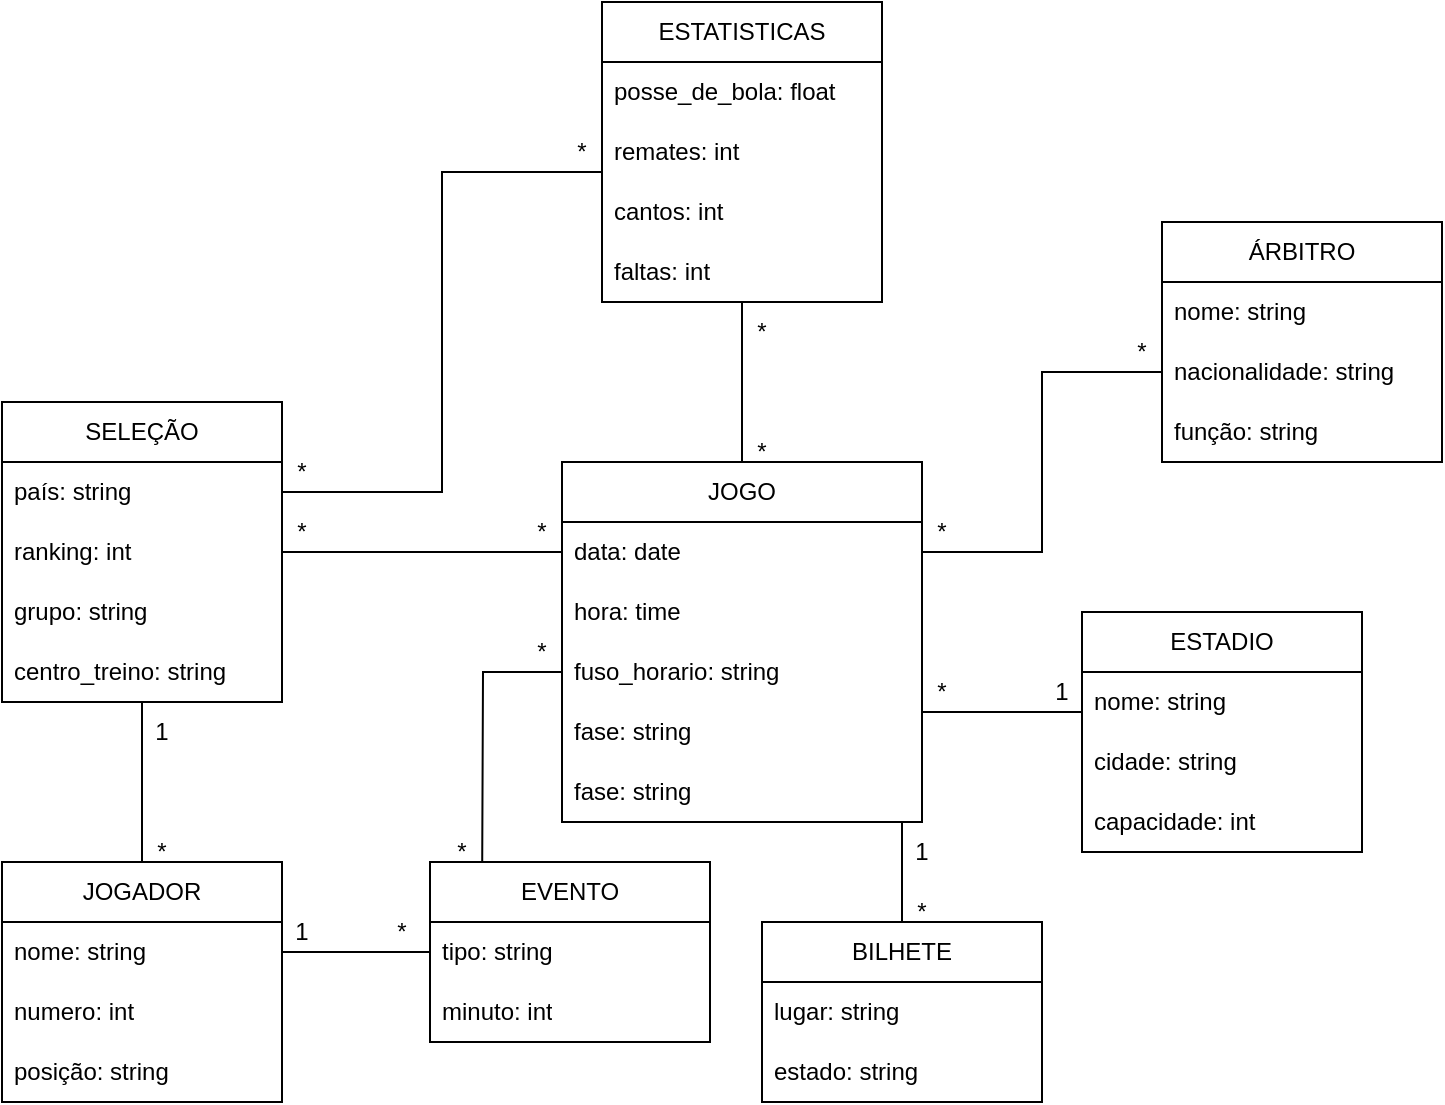
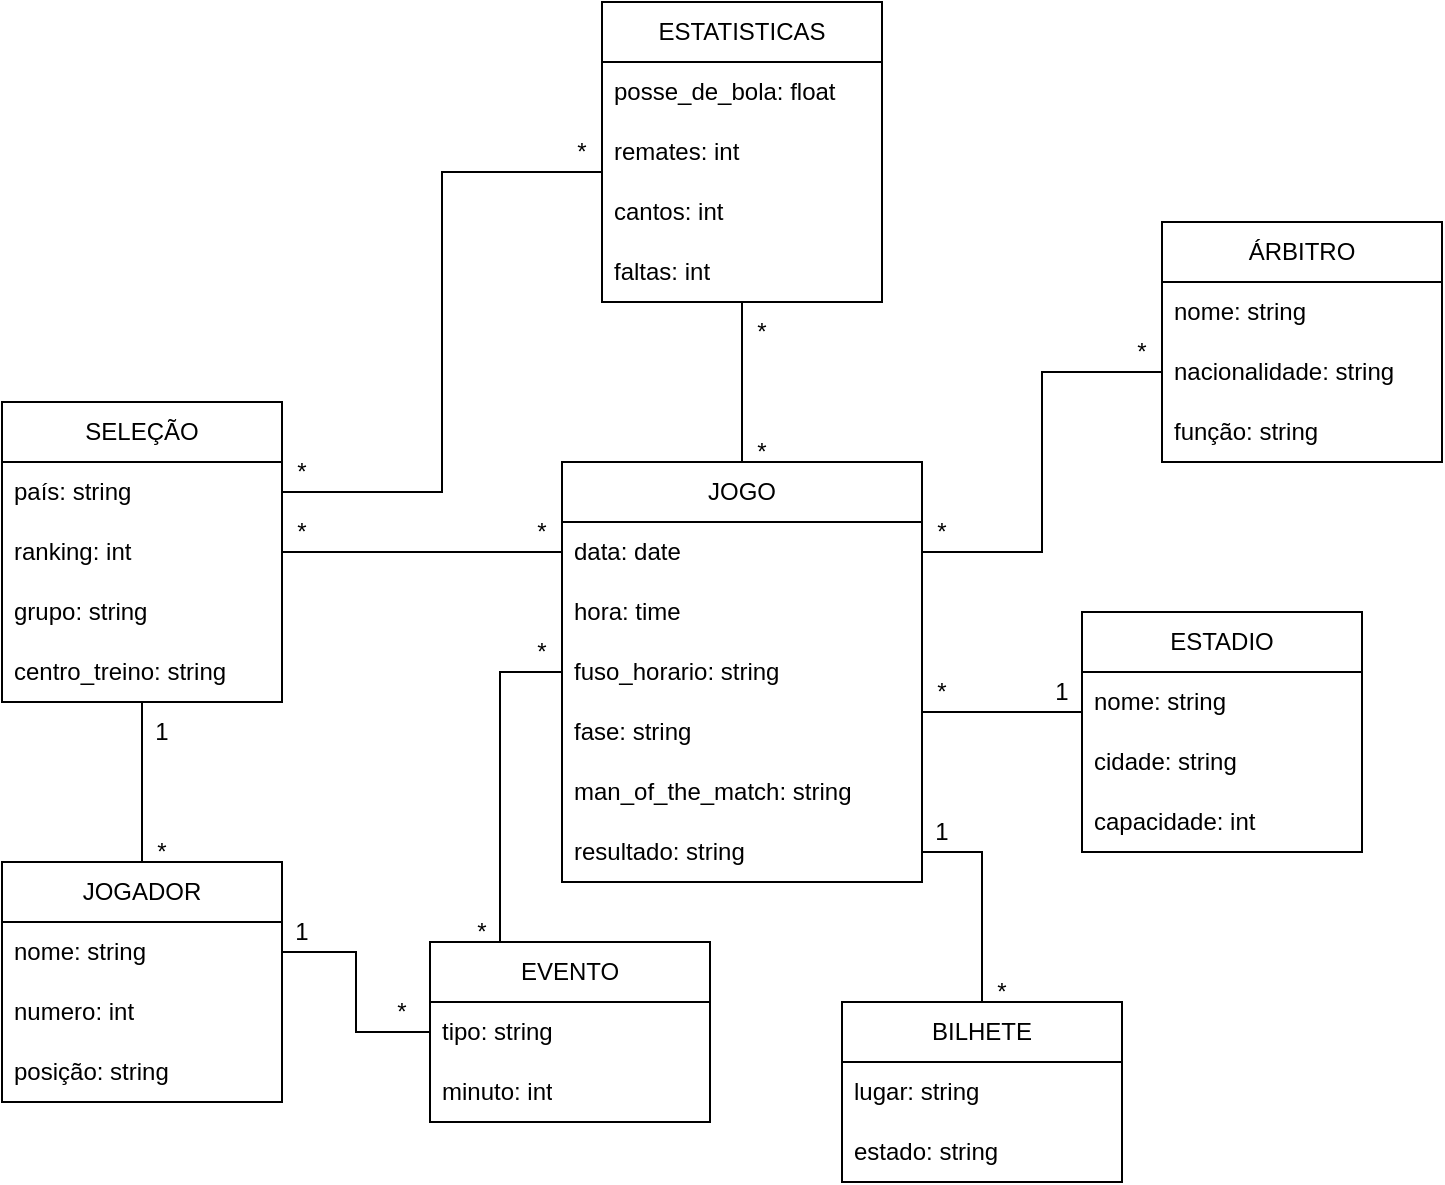
<mxfile host="app.diagrams.net">
  <diagram name="Página-1" id="ozBQotj8Y_7p-ZT_WO5s">
    <mxGraphModel dx="988" dy="619" grid="1" gridSize="10" guides="1" tooltips="1" connect="1" arrows="1" fold="1" page="1" pageScale="1" pageWidth="827" pageHeight="1169" math="0" shadow="0">
      <root>
        <mxCell id="0" />
        <mxCell id="1" parent="0" />
-         <mxCell id="yxhfCBItAHBspipDqdAE-13" edge="1" parent="1" source="yxhfCBItAHBspipDqdAE-5" style="edgeStyle=orthogonalEdgeStyle;rounded=0;orthogonalLoop=1;jettySize=auto;html=1;endArrow=none;endFill=0;exitX=0;exitY=0.5;exitDx=0;exitDy=0;" value="">
+         <mxCell id="yxhfCBItAHBspipDqdAE-13" edge="1" parent="1" source="yxhfCBItAHBspipDqdAE-5" style="edgeStyle=orthogonalEdgeStyle;rounded=0;orthogonalLoop=1;jettySize=auto;html=1;endArrow=none;endFill=0;exitX=0;exitY=0.5;exitDx=0;exitDy=0;entryX=0.25;entryY=0;entryDx=0;entryDy=0;" target="yxhfCBItAHBspipDqdAE-35" value="">
          <mxGeometry relative="1" as="geometry">
            <mxPoint x="360" y="340" as="sourcePoint" />
            <mxPoint x="300" y="465" as="targetPoint" />
          </mxGeometry>
        </mxCell>
        <mxCell id="yxhfCBItAHBspipDqdAE-57" edge="1" parent="1" source="yxhfCBItAHBspipDqdAE-2" style="rounded=0;orthogonalLoop=1;jettySize=auto;html=1;endArrow=none;endFill=0;" value="">
          <mxGeometry relative="1" as="geometry">
            <mxPoint x="430" y="160" as="targetPoint" />
          </mxGeometry>
        </mxCell>
        <mxCell id="yxhfCBItAHBspipDqdAE-2" parent="1" style="swimlane;fontStyle=0;childLayout=stackLayout;horizontal=1;startSize=30;horizontalStack=0;resizeParent=1;resizeParentMax=0;resizeLast=0;collapsible=1;marginBottom=0;whiteSpace=wrap;html=1;" value="JOGO" vertex="1">
-           <mxGeometry height="180" width="180" x="340" y="240" as="geometry">
+           <mxGeometry height="210" width="180" x="340" y="240" as="geometry">
            <mxRectangle height="30" width="70" x="340" y="260" as="alternateBounds" />
          </mxGeometry>
        </mxCell>
        <mxCell id="yxhfCBItAHBspipDqdAE-3" parent="yxhfCBItAHBspipDqdAE-2" style="text;strokeColor=none;fillColor=none;align=left;verticalAlign=middle;spacingLeft=4;spacingRight=4;overflow=hidden;points=[[0,0.5],[1,0.5]];portConstraint=eastwest;rotatable=0;whiteSpace=wrap;html=1;" value="data: date" vertex="1">
          <mxGeometry height="30" width="180" y="30" as="geometry" />
        </mxCell>
        <mxCell id="yxhfCBItAHBspipDqdAE-4" parent="yxhfCBItAHBspipDqdAE-2" style="text;strokeColor=none;fillColor=none;align=left;verticalAlign=middle;spacingLeft=4;spacingRight=4;overflow=hidden;points=[[0,0.5],[1,0.5]];portConstraint=eastwest;rotatable=0;whiteSpace=wrap;html=1;" value="hora: time" vertex="1">
          <mxGeometry height="30" width="180" y="60" as="geometry" />
        </mxCell>
        <mxCell id="yxhfCBItAHBspipDqdAE-5" parent="yxhfCBItAHBspipDqdAE-2" style="text;strokeColor=none;fillColor=none;align=left;verticalAlign=middle;spacingLeft=4;spacingRight=4;overflow=hidden;points=[[0,0.5],[1,0.5]];portConstraint=eastwest;rotatable=0;whiteSpace=wrap;html=1;" value="fuso_horario: string" vertex="1">
          <mxGeometry height="30" width="180" y="90" as="geometry" />
        </mxCell>
        <mxCell id="yxhfCBItAHBspipDqdAE-7" parent="yxhfCBItAHBspipDqdAE-2" style="text;strokeColor=none;fillColor=none;align=left;verticalAlign=middle;spacingLeft=4;spacingRight=4;overflow=hidden;points=[[0,0.5],[1,0.5]];portConstraint=eastwest;rotatable=0;whiteSpace=wrap;html=1;" value="fase: string" vertex="1">
          <mxGeometry height="30" width="180" y="120" as="geometry" />
        </mxCell>
-         <mxCell id="yxhfCBItAHBspipDqdAE-74" parent="yxhfCBItAHBspipDqdAE-2" style="text;strokeColor=none;fillColor=none;align=left;verticalAlign=middle;spacingLeft=4;spacingRight=4;overflow=hidden;points=[[0,0.5],[1,0.5]];portConstraint=eastwest;rotatable=0;whiteSpace=wrap;html=1;" value="fase: string" vertex="1">
+         <mxCell id="yxhfCBItAHBspipDqdAE-74" parent="yxhfCBItAHBspipDqdAE-2" style="text;strokeColor=none;fillColor=none;align=left;verticalAlign=middle;spacingLeft=4;spacingRight=4;overflow=hidden;points=[[0,0.5],[1,0.5]];portConstraint=eastwest;rotatable=0;whiteSpace=wrap;html=1;" value="man_of_the_match: string" vertex="1">
          <mxGeometry height="30" width="180" y="150" as="geometry" />
+         </mxCell>
+         <mxCell id="eQFXZ0zZ46FFMu1ENiQI-1" parent="yxhfCBItAHBspipDqdAE-2" style="text;strokeColor=none;fillColor=none;align=left;verticalAlign=middle;spacingLeft=4;spacingRight=4;overflow=hidden;points=[[0,0.5],[1,0.5]];portConstraint=eastwest;rotatable=0;whiteSpace=wrap;html=1;" value="resultado: string" vertex="1">
+           <mxGeometry height="30" width="180" y="180" as="geometry" />
        </mxCell>
        <mxCell id="yxhfCBItAHBspipDqdAE-42" edge="1" parent="1" style="rounded=0;orthogonalLoop=1;jettySize=auto;html=1;endArrow=none;endFill=0;entryX=1;entryY=0.5;entryDx=0;entryDy=0;" value="">
          <mxGeometry relative="1" as="geometry">
            <mxPoint x="600" y="365" as="sourcePoint" />
            <mxPoint x="520" y="365" as="targetPoint" />
          </mxGeometry>
        </mxCell>
        <mxCell id="yxhfCBItAHBspipDqdAE-8" parent="1" style="swimlane;fontStyle=0;childLayout=stackLayout;horizontal=1;startSize=30;horizontalStack=0;resizeParent=1;resizeParentMax=0;resizeLast=0;collapsible=1;marginBottom=0;whiteSpace=wrap;html=1;" value="ESTADIO" vertex="1">
          <mxGeometry height="120" width="140" x="600" y="315" as="geometry" />
        </mxCell>
        <mxCell id="yxhfCBItAHBspipDqdAE-9" parent="yxhfCBItAHBspipDqdAE-8" style="text;strokeColor=none;fillColor=none;align=left;verticalAlign=middle;spacingLeft=4;spacingRight=4;overflow=hidden;points=[[0,0.5],[1,0.5]];portConstraint=eastwest;rotatable=0;whiteSpace=wrap;html=1;" value="nome: string" vertex="1">
          <mxGeometry height="30" width="140" y="30" as="geometry" />
        </mxCell>
        <mxCell id="yxhfCBItAHBspipDqdAE-10" parent="yxhfCBItAHBspipDqdAE-8" style="text;strokeColor=none;fillColor=none;align=left;verticalAlign=middle;spacingLeft=4;spacingRight=4;overflow=hidden;points=[[0,0.5],[1,0.5]];portConstraint=eastwest;rotatable=0;whiteSpace=wrap;html=1;" value="cidade: string" vertex="1">
          <mxGeometry height="30" width="140" y="60" as="geometry" />
        </mxCell>
        <mxCell id="yxhfCBItAHBspipDqdAE-11" parent="yxhfCBItAHBspipDqdAE-8" style="text;strokeColor=none;fillColor=none;align=left;verticalAlign=middle;spacingLeft=4;spacingRight=4;overflow=hidden;points=[[0,0.5],[1,0.5]];portConstraint=eastwest;rotatable=0;whiteSpace=wrap;html=1;" value="capacidade: int" vertex="1">
          <mxGeometry height="30" width="140" y="90" as="geometry" />
        </mxCell>
        <mxCell id="yxhfCBItAHBspipDqdAE-15" parent="1" style="text;html=1;whiteSpace=wrap;strokeColor=none;fillColor=none;align=center;verticalAlign=middle;rounded=0;" value="*" vertex="1">
          <mxGeometry height="30" width="60" x="300" y="320" as="geometry" />
        </mxCell>
        <mxCell id="yxhfCBItAHBspipDqdAE-16" parent="1" style="text;html=1;whiteSpace=wrap;strokeColor=none;fillColor=none;align=center;verticalAlign=middle;rounded=0;" value="*" vertex="1">
-           <mxGeometry height="30" width="60" x="260" y="420" as="geometry" />
+           <mxGeometry height="30" width="60" x="270" y="460" as="geometry" />
        </mxCell>
        <mxCell id="yxhfCBItAHBspipDqdAE-24" edge="1" parent="1" source="yxhfCBItAHBspipDqdAE-19" style="rounded=0;orthogonalLoop=1;jettySize=auto;html=1;endArrow=none;endFill=0;entryX=0;entryY=0.5;entryDx=0;entryDy=0;" target="yxhfCBItAHBspipDqdAE-3" value="">
          <mxGeometry relative="1" as="geometry">
            <mxPoint x="330" y="275" as="targetPoint" />
          </mxGeometry>
        </mxCell>
        <mxCell id="yxhfCBItAHBspipDqdAE-19" parent="1" style="swimlane;fontStyle=0;childLayout=stackLayout;horizontal=1;startSize=30;horizontalStack=0;resizeParent=1;resizeParentMax=0;resizeLast=0;collapsible=1;marginBottom=0;whiteSpace=wrap;html=1;" value="SELEÇÃO" vertex="1">
          <mxGeometry height="150" width="140" x="60" y="210" as="geometry" />
        </mxCell>
        <mxCell id="yxhfCBItAHBspipDqdAE-20" parent="yxhfCBItAHBspipDqdAE-19" style="text;strokeColor=none;fillColor=none;align=left;verticalAlign=middle;spacingLeft=4;spacingRight=4;overflow=hidden;points=[[0,0.5],[1,0.5]];portConstraint=eastwest;rotatable=0;whiteSpace=wrap;html=1;" value="país: string" vertex="1">
          <mxGeometry height="30" width="140" y="30" as="geometry" />
        </mxCell>
        <mxCell id="yxhfCBItAHBspipDqdAE-21" parent="yxhfCBItAHBspipDqdAE-19" style="text;strokeColor=none;fillColor=none;align=left;verticalAlign=middle;spacingLeft=4;spacingRight=4;overflow=hidden;points=[[0,0.5],[1,0.5]];portConstraint=eastwest;rotatable=0;whiteSpace=wrap;html=1;" value="ranking: int" vertex="1">
          <mxGeometry height="30" width="140" y="60" as="geometry" />
        </mxCell>
        <mxCell id="yxhfCBItAHBspipDqdAE-22" parent="yxhfCBItAHBspipDqdAE-19" style="text;strokeColor=none;fillColor=none;align=left;verticalAlign=middle;spacingLeft=4;spacingRight=4;overflow=hidden;points=[[0,0.5],[1,0.5]];portConstraint=eastwest;rotatable=0;whiteSpace=wrap;html=1;" value="grupo: string" vertex="1">
          <mxGeometry height="30" width="140" y="90" as="geometry" />
        </mxCell>
        <mxCell id="yxhfCBItAHBspipDqdAE-23" parent="yxhfCBItAHBspipDqdAE-19" style="text;strokeColor=none;fillColor=none;align=left;verticalAlign=middle;spacingLeft=4;spacingRight=4;overflow=hidden;points=[[0,0.5],[1,0.5]];portConstraint=eastwest;rotatable=0;whiteSpace=wrap;html=1;" value="centro_treino: string" vertex="1">
          <mxGeometry height="30" width="140" y="120" as="geometry" />
        </mxCell>
        <mxCell id="yxhfCBItAHBspipDqdAE-32" edge="1" parent="1" source="yxhfCBItAHBspipDqdAE-27" style="rounded=0;orthogonalLoop=1;jettySize=auto;html=1;endArrow=none;endFill=0;" target="yxhfCBItAHBspipDqdAE-23" value="">
          <mxGeometry relative="1" as="geometry" />
        </mxCell>
        <mxCell id="yxhfCBItAHBspipDqdAE-27" parent="1" style="swimlane;fontStyle=0;childLayout=stackLayout;horizontal=1;startSize=30;horizontalStack=0;resizeParent=1;resizeParentMax=0;resizeLast=0;collapsible=1;marginBottom=0;whiteSpace=wrap;html=1;" value="JOGADOR" vertex="1">
          <mxGeometry height="120" width="140" x="60" y="440" as="geometry" />
        </mxCell>
        <mxCell id="yxhfCBItAHBspipDqdAE-28" parent="yxhfCBItAHBspipDqdAE-27" style="text;strokeColor=none;fillColor=none;align=left;verticalAlign=middle;spacingLeft=4;spacingRight=4;overflow=hidden;points=[[0,0.5],[1,0.5]];portConstraint=eastwest;rotatable=0;whiteSpace=wrap;html=1;" value="nome: string" vertex="1">
          <mxGeometry height="30" width="140" y="30" as="geometry" />
        </mxCell>
        <mxCell id="yxhfCBItAHBspipDqdAE-29" parent="yxhfCBItAHBspipDqdAE-27" style="text;strokeColor=none;fillColor=none;align=left;verticalAlign=middle;spacingLeft=4;spacingRight=4;overflow=hidden;points=[[0,0.5],[1,0.5]];portConstraint=eastwest;rotatable=0;whiteSpace=wrap;html=1;" value="numero: int" vertex="1">
          <mxGeometry height="30" width="140" y="60" as="geometry" />
        </mxCell>
        <mxCell id="yxhfCBItAHBspipDqdAE-30" parent="yxhfCBItAHBspipDqdAE-27" style="text;strokeColor=none;fillColor=none;align=left;verticalAlign=middle;spacingLeft=4;spacingRight=4;overflow=hidden;points=[[0,0.5],[1,0.5]];portConstraint=eastwest;rotatable=0;whiteSpace=wrap;html=1;" value="posição: string" vertex="1">
          <mxGeometry height="30" width="140" y="90" as="geometry" />
        </mxCell>
        <mxCell id="yxhfCBItAHBspipDqdAE-33" parent="1" style="text;html=1;whiteSpace=wrap;strokeColor=none;fillColor=none;align=center;verticalAlign=middle;rounded=0;" value="*" vertex="1">
          <mxGeometry height="30" width="60" x="110" y="420" as="geometry" />
        </mxCell>
        <mxCell id="yxhfCBItAHBspipDqdAE-34" parent="1" style="text;html=1;whiteSpace=wrap;strokeColor=none;fillColor=none;align=center;verticalAlign=middle;rounded=0;" value="1" vertex="1">
          <mxGeometry height="30" width="60" x="110" y="360" as="geometry" />
        </mxCell>
        <mxCell id="yxhfCBItAHBspipDqdAE-35" parent="1" style="swimlane;fontStyle=0;childLayout=stackLayout;horizontal=1;startSize=30;horizontalStack=0;resizeParent=1;resizeParentMax=0;resizeLast=0;collapsible=1;marginBottom=0;whiteSpace=wrap;html=1;" value="EVENTO" vertex="1">
-           <mxGeometry height="90" width="140" x="274" y="440" as="geometry" />
+           <mxGeometry height="90" width="140" x="274" y="480" as="geometry" />
        </mxCell>
        <mxCell id="yxhfCBItAHBspipDqdAE-36" parent="yxhfCBItAHBspipDqdAE-35" style="text;strokeColor=none;fillColor=none;align=left;verticalAlign=middle;spacingLeft=4;spacingRight=4;overflow=hidden;points=[[0,0.5],[1,0.5]];portConstraint=eastwest;rotatable=0;whiteSpace=wrap;html=1;" value="tipo: string" vertex="1">
          <mxGeometry height="30" width="140" y="30" as="geometry" />
        </mxCell>
        <mxCell id="yxhfCBItAHBspipDqdAE-61" parent="yxhfCBItAHBspipDqdAE-35" style="text;strokeColor=none;fillColor=none;align=left;verticalAlign=middle;spacingLeft=4;spacingRight=4;overflow=hidden;points=[[0,0.5],[1,0.5]];portConstraint=eastwest;rotatable=0;whiteSpace=wrap;html=1;" value="minuto: int" vertex="1">
          <mxGeometry height="30" width="140" y="60" as="geometry" />
        </mxCell>
        <mxCell id="yxhfCBItAHBspipDqdAE-39" edge="1" parent="1" source="yxhfCBItAHBspipDqdAE-28" style="edgeStyle=orthogonalEdgeStyle;rounded=0;orthogonalLoop=1;jettySize=auto;html=1;endArrow=none;endFill=0;" target="yxhfCBItAHBspipDqdAE-36" value="">
          <mxGeometry relative="1" as="geometry" />
        </mxCell>
        <mxCell id="yxhfCBItAHBspipDqdAE-40" parent="1" style="text;html=1;whiteSpace=wrap;strokeColor=none;fillColor=none;align=center;verticalAlign=middle;rounded=0;" value="1" vertex="1">
          <mxGeometry height="30" width="60" x="180" y="460" as="geometry" />
        </mxCell>
        <mxCell id="yxhfCBItAHBspipDqdAE-41" parent="1" style="text;html=1;whiteSpace=wrap;strokeColor=none;fillColor=none;align=center;verticalAlign=middle;rounded=0;" value="*" vertex="1">
-           <mxGeometry height="30" width="60" x="230" y="460" as="geometry" />
+           <mxGeometry height="30" width="60" x="230" y="500" as="geometry" />
        </mxCell>
        <mxCell id="yxhfCBItAHBspipDqdAE-43" parent="1" style="text;html=1;whiteSpace=wrap;strokeColor=none;fillColor=none;align=center;verticalAlign=middle;rounded=0;" value="1" vertex="1">
          <mxGeometry height="30" width="20" x="580" y="340" as="geometry" />
        </mxCell>
        <mxCell id="yxhfCBItAHBspipDqdAE-45" parent="1" style="text;html=1;whiteSpace=wrap;strokeColor=none;fillColor=none;align=center;verticalAlign=middle;rounded=0;" value="*" vertex="1">
          <mxGeometry height="30" width="20" x="520" y="340" as="geometry" />
        </mxCell>
-         <mxCell id="yxhfCBItAHBspipDqdAE-50" edge="1" parent="1" source="yxhfCBItAHBspipDqdAE-46" style="rounded=0;orthogonalLoop=1;jettySize=auto;html=1;endArrow=none;endFill=0;entryX=0;entryY=1;entryDx=0;entryDy=0;" value="">
-           <mxGeometry relative="1" as="geometry">
-             <mxPoint x="510" y="420" as="targetPoint" />
+         <mxCell id="yxhfCBItAHBspipDqdAE-50" edge="1" parent="1" source="yxhfCBItAHBspipDqdAE-46" style="rounded=0;orthogonalLoop=1;jettySize=auto;html=1;endArrow=none;endFill=0;edgeStyle=orthogonalEdgeStyle;entryX=1;entryY=0.5;entryDx=0;entryDy=0;" target="eQFXZ0zZ46FFMu1ENiQI-1" value="">
+           <mxGeometry relative="1" as="geometry">
+             <mxPoint x="530" y="450" as="targetPoint" />
          </mxGeometry>
        </mxCell>
        <mxCell id="yxhfCBItAHBspipDqdAE-46" parent="1" style="swimlane;fontStyle=0;childLayout=stackLayout;horizontal=1;startSize=30;horizontalStack=0;resizeParent=1;resizeParentMax=0;resizeLast=0;collapsible=1;marginBottom=0;whiteSpace=wrap;html=1;" value="BILHETE" vertex="1">
-           <mxGeometry height="90" width="140" x="440" y="470" as="geometry" />
+           <mxGeometry height="90" width="140" x="480" y="510" as="geometry" />
        </mxCell>
        <mxCell id="yxhfCBItAHBspipDqdAE-47" parent="yxhfCBItAHBspipDqdAE-46" style="text;strokeColor=none;fillColor=none;align=left;verticalAlign=middle;spacingLeft=4;spacingRight=4;overflow=hidden;points=[[0,0.5],[1,0.5]];portConstraint=eastwest;rotatable=0;whiteSpace=wrap;html=1;" value="lugar: string" vertex="1">
          <mxGeometry height="30" width="140" y="30" as="geometry" />
        </mxCell>
        <mxCell id="yxhfCBItAHBspipDqdAE-48" parent="yxhfCBItAHBspipDqdAE-46" style="text;strokeColor=none;fillColor=none;align=left;verticalAlign=middle;spacingLeft=4;spacingRight=4;overflow=hidden;points=[[0,0.5],[1,0.5]];portConstraint=eastwest;rotatable=0;whiteSpace=wrap;html=1;" value="estado: string" vertex="1">
          <mxGeometry height="30" width="140" y="60" as="geometry" />
        </mxCell>
        <mxCell id="yxhfCBItAHBspipDqdAE-52" parent="1" style="text;html=1;whiteSpace=wrap;strokeColor=none;fillColor=none;align=center;verticalAlign=middle;rounded=0;" value="*" vertex="1">
-           <mxGeometry height="30" width="20" x="510" y="450" as="geometry" />
+           <mxGeometry height="30" width="20" x="550" y="490" as="geometry" />
        </mxCell>
        <mxCell id="yxhfCBItAHBspipDqdAE-58" parent="1" style="text;html=1;whiteSpace=wrap;strokeColor=none;fillColor=none;align=center;verticalAlign=middle;rounded=0;" value="*" vertex="1">
          <mxGeometry height="30" width="20" x="430" y="160" as="geometry" />
        </mxCell>
        <mxCell id="yxhfCBItAHBspipDqdAE-59" parent="1" style="text;html=1;whiteSpace=wrap;strokeColor=none;fillColor=none;align=center;verticalAlign=middle;rounded=0;" value="*" vertex="1">
          <mxGeometry height="30" width="20" x="430" y="220" as="geometry" />
        </mxCell>
        <mxCell id="yxhfCBItAHBspipDqdAE-60" parent="1" style="text;html=1;whiteSpace=wrap;strokeColor=none;fillColor=none;align=center;verticalAlign=middle;rounded=0;" value="*" vertex="1">
          <mxGeometry height="30" width="20" x="200" y="260" as="geometry" />
        </mxCell>
        <mxCell id="yxhfCBItAHBspipDqdAE-69" edge="1" parent="1" source="yxhfCBItAHBspipDqdAE-3" style="edgeStyle=orthogonalEdgeStyle;rounded=0;orthogonalLoop=1;jettySize=auto;html=1;entryX=0;entryY=0.5;entryDx=0;entryDy=0;startArrow=none;startFill=0;endArrow=none;endFill=0;" target="yxhfCBItAHBspipDqdAE-78" value="">
          <mxGeometry relative="1" as="geometry">
            <mxPoint x="630" y="185" as="targetPoint" />
          </mxGeometry>
        </mxCell>
        <mxCell id="yxhfCBItAHBspipDqdAE-71" parent="1" style="text;html=1;whiteSpace=wrap;strokeColor=none;fillColor=none;align=center;verticalAlign=middle;rounded=0;" value="*" vertex="1">
          <mxGeometry height="30" width="20" x="620" y="170" as="geometry" />
        </mxCell>
        <mxCell id="yxhfCBItAHBspipDqdAE-72" parent="1" style="text;html=1;whiteSpace=wrap;strokeColor=none;fillColor=none;align=center;verticalAlign=middle;rounded=0;" value="*" vertex="1">
          <mxGeometry height="30" width="20" x="520" y="260" as="geometry" />
        </mxCell>
        <mxCell id="yxhfCBItAHBspipDqdAE-73" parent="1" style="text;html=1;whiteSpace=wrap;strokeColor=none;fillColor=none;align=center;verticalAlign=middle;rounded=0;" value="*" vertex="1">
          <mxGeometry height="30" width="20" x="320" y="260" as="geometry" />
        </mxCell>
        <mxCell id="yxhfCBItAHBspipDqdAE-75" parent="1" style="text;html=1;whiteSpace=wrap;strokeColor=none;fillColor=none;align=center;verticalAlign=middle;rounded=0;" value="1" vertex="1">
-           <mxGeometry height="30" width="20" x="510" y="420" as="geometry" />
+           <mxGeometry height="30" width="20" x="520" y="410" as="geometry" />
        </mxCell>
        <mxCell id="yxhfCBItAHBspipDqdAE-76" parent="1" style="swimlane;fontStyle=0;childLayout=stackLayout;horizontal=1;startSize=30;horizontalStack=0;resizeParent=1;resizeParentMax=0;resizeLast=0;collapsible=1;marginBottom=0;whiteSpace=wrap;html=1;" value="ÁRBITRO" vertex="1">
          <mxGeometry height="120" width="140" x="640" y="120" as="geometry" />
        </mxCell>
        <mxCell id="yxhfCBItAHBspipDqdAE-77" parent="yxhfCBItAHBspipDqdAE-76" style="text;strokeColor=none;fillColor=none;align=left;verticalAlign=middle;spacingLeft=4;spacingRight=4;overflow=hidden;points=[[0,0.5],[1,0.5]];portConstraint=eastwest;rotatable=0;whiteSpace=wrap;html=1;" value="nome: string" vertex="1">
          <mxGeometry height="30" width="140" y="30" as="geometry" />
        </mxCell>
        <mxCell id="yxhfCBItAHBspipDqdAE-78" parent="yxhfCBItAHBspipDqdAE-76" style="text;strokeColor=none;fillColor=none;align=left;verticalAlign=middle;spacingLeft=4;spacingRight=4;overflow=hidden;points=[[0,0.5],[1,0.5]];portConstraint=eastwest;rotatable=0;whiteSpace=wrap;html=1;" value="nacionalidade: string" vertex="1">
          <mxGeometry height="30" width="140" y="60" as="geometry" />
        </mxCell>
        <mxCell id="yxhfCBItAHBspipDqdAE-79" parent="yxhfCBItAHBspipDqdAE-76" style="text;strokeColor=none;fillColor=none;align=left;verticalAlign=middle;spacingLeft=4;spacingRight=4;overflow=hidden;points=[[0,0.5],[1,0.5]];portConstraint=eastwest;rotatable=0;whiteSpace=wrap;html=1;" value="função: string" vertex="1">
          <mxGeometry height="30" width="140" y="90" as="geometry" />
        </mxCell>
        <mxCell id="yxhfCBItAHBspipDqdAE-80" parent="1" style="swimlane;fontStyle=0;childLayout=stackLayout;horizontal=1;startSize=30;horizontalStack=0;resizeParent=1;resizeParentMax=0;resizeLast=0;collapsible=1;marginBottom=0;whiteSpace=wrap;html=1;" value="ESTATISTICAS" vertex="1">
          <mxGeometry height="150" width="140" x="360" y="10" as="geometry" />
        </mxCell>
        <mxCell id="yxhfCBItAHBspipDqdAE-81" parent="yxhfCBItAHBspipDqdAE-80" style="text;strokeColor=none;fillColor=none;align=left;verticalAlign=middle;spacingLeft=4;spacingRight=4;overflow=hidden;points=[[0,0.5],[1,0.5]];portConstraint=eastwest;rotatable=0;whiteSpace=wrap;html=1;" value="posse_de_bola: float" vertex="1">
          <mxGeometry height="30" width="140" y="30" as="geometry" />
        </mxCell>
        <mxCell id="yxhfCBItAHBspipDqdAE-82" parent="yxhfCBItAHBspipDqdAE-80" style="text;strokeColor=none;fillColor=none;align=left;verticalAlign=middle;spacingLeft=4;spacingRight=4;overflow=hidden;points=[[0,0.5],[1,0.5]];portConstraint=eastwest;rotatable=0;whiteSpace=wrap;html=1;" value="remates: int" vertex="1">
          <mxGeometry height="30" width="140" y="60" as="geometry" />
        </mxCell>
        <mxCell id="yxhfCBItAHBspipDqdAE-83" parent="yxhfCBItAHBspipDqdAE-80" style="text;strokeColor=none;fillColor=none;align=left;verticalAlign=middle;spacingLeft=4;spacingRight=4;overflow=hidden;points=[[0,0.5],[1,0.5]];portConstraint=eastwest;rotatable=0;whiteSpace=wrap;html=1;" value="cantos: int" vertex="1">
          <mxGeometry height="30" width="140" y="90" as="geometry" />
        </mxCell>
        <mxCell id="yxhfCBItAHBspipDqdAE-84" parent="yxhfCBItAHBspipDqdAE-80" style="text;strokeColor=none;fillColor=none;align=left;verticalAlign=middle;spacingLeft=4;spacingRight=4;overflow=hidden;points=[[0,0.5],[1,0.5]];portConstraint=eastwest;rotatable=0;whiteSpace=wrap;html=1;" value="faltas: int" vertex="1">
          <mxGeometry height="30" width="140" y="120" as="geometry" />
        </mxCell>
        <mxCell id="yxhfCBItAHBspipDqdAE-85" edge="1" parent="1" source="yxhfCBItAHBspipDqdAE-20" style="edgeStyle=orthogonalEdgeStyle;rounded=0;orthogonalLoop=1;jettySize=auto;html=1;entryX=-0.003;entryY=0.833;entryDx=0;entryDy=0;entryPerimeter=0;startArrow=none;startFill=0;endArrow=none;endFill=0;" target="yxhfCBItAHBspipDqdAE-82">
          <mxGeometry relative="1" as="geometry" />
        </mxCell>
        <mxCell id="yxhfCBItAHBspipDqdAE-86" parent="1" style="text;html=1;whiteSpace=wrap;strokeColor=none;fillColor=none;align=center;verticalAlign=middle;rounded=0;" value="*" vertex="1">
          <mxGeometry height="30" width="20" x="200" y="230" as="geometry" />
        </mxCell>
        <mxCell id="yxhfCBItAHBspipDqdAE-87" parent="1" style="text;html=1;whiteSpace=wrap;strokeColor=none;fillColor=none;align=center;verticalAlign=middle;rounded=0;" value="*" vertex="1">
          <mxGeometry height="30" width="20" x="340" y="70" as="geometry" />
        </mxCell>
      </root>
    </mxGraphModel>
  </diagram>
</mxfile>
